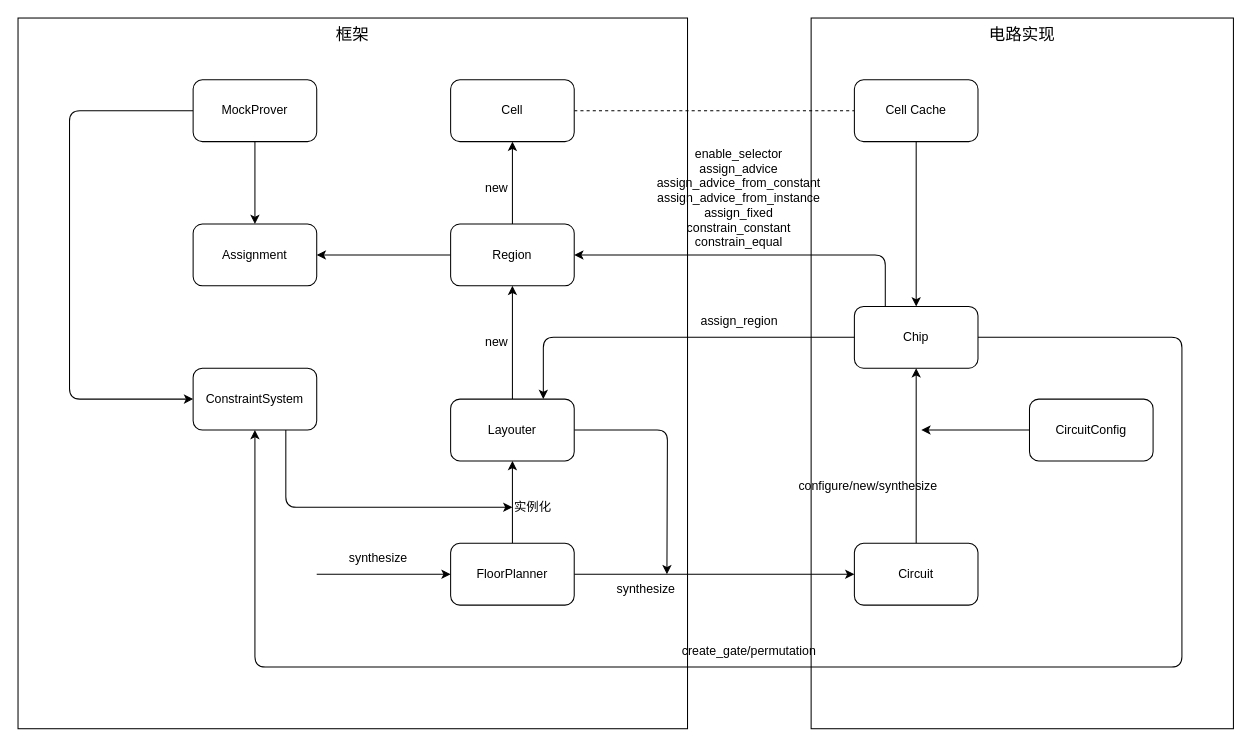
Earlier version of the draw.io diagram docs/halo2.drawio (daydaybetter/halo2). Source tidied: cells renumbered, new cells numbered last; positions are measured from the earlier drawing's top-left corner, leaving out a move shared by most shapes. Both pictures are drawn from the tidied source at 103%, with x=0, y=0 at pixel (18, 18).
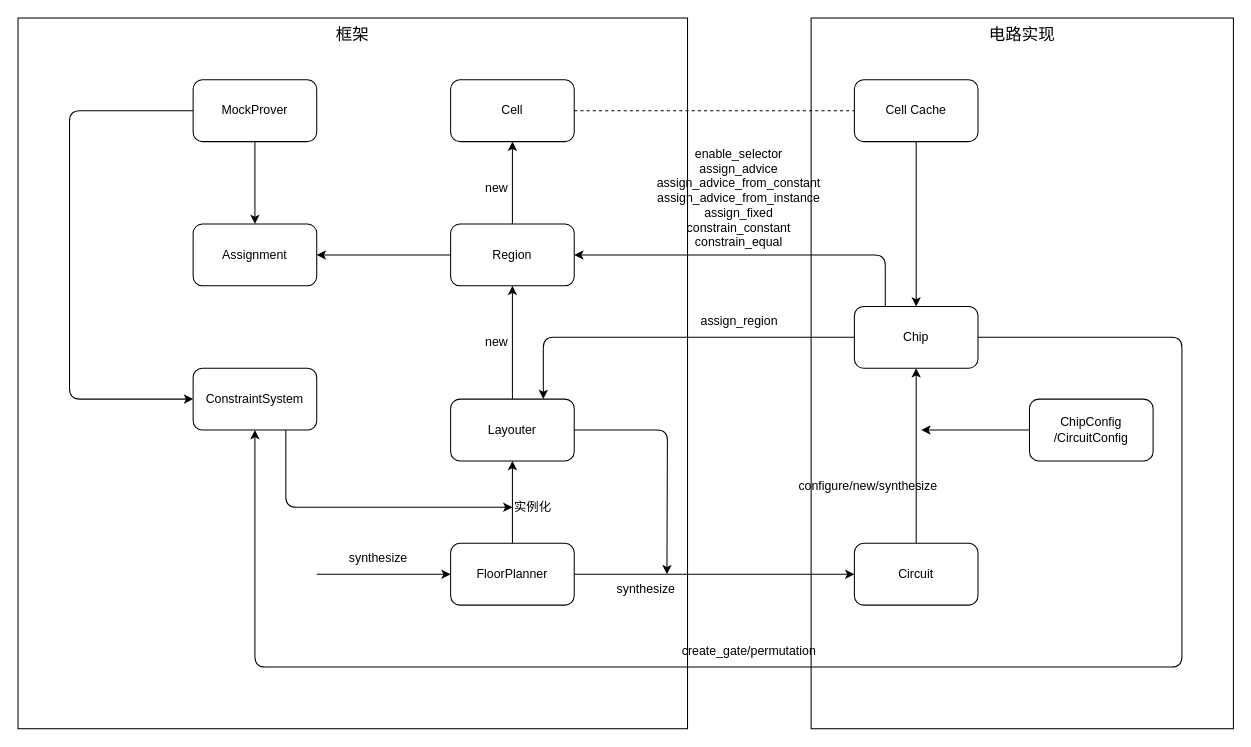
Above is the later version.

Diff of the diagram source:
```diff
@@
-    <mxCell id="29" value="CircuitConfig" style="rounded=1;whiteSpace=wrap;html=1;" parent="1" vertex="1">
+    <mxCell id="29" value="ChipConfig&lt;br&gt;/CircuitConfig" style="rounded=1;whiteSpace=wrap;html=1;" parent="1" vertex="1">
       <mxGeometry x="982" y="370" width="120" height="60" as="geometry" />
     </mxCell>
```
